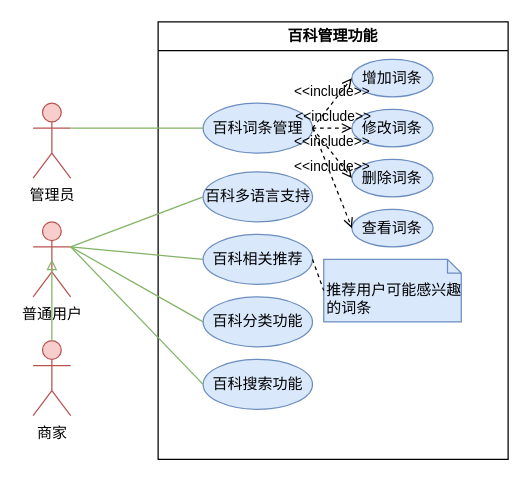
Running-Turtle1/Graph keeps this draw.io diagram as 海洋生物百科/用例图/百科管理功能.drawio. Above is the earlier version. Source tidied: cells renumbered, new cells numbered last; positions are measured from the earlier drawing's top-left corner, leaving out a move shared by most shapes. Both pictures are drawn from the tidied source at 125%, with x=0, y=0 at pixel (32, 21).
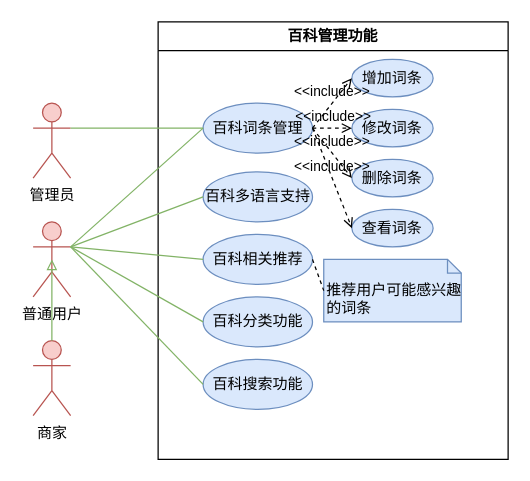
The same diagram, later.

Commit message (it also covers changes not shown here):
更新百科管理功能.drawio

The change refers to these unchanged cells:
```xml
<mxCell id="3" value="百科词条管理" style="ellipse;whiteSpace=wrap;html=1;fillColor=#dae8fc;strokeColor=#6c8ebf;" parent="2" vertex="1">
  <mxGeometry x="36" y="65" width="87.5" height="40" as="geometry" />
</mxCell>
<mxCell id="18" value="普通用户" style="shape=umlActor;verticalLabelPosition=bottom;verticalAlign=top;html=1;fillColor=#f8cecc;strokeColor=#b85450;" parent="1" vertex="1">
  <mxGeometry y="160" width="30" height="60" as="geometry" />
</mxCell>
```

The edit, as a diff of the source:
```diff
@@
+    <mxCell id="27" style="endArrow=none;html=1;rounded=0;fillColor=#d5e8d4;strokeColor=#82b366;entryX=1;entryY=0.3333333333333333;entryDx=0;entryDy=0;entryPerimeter=0;exitX=0;exitY=0.5;exitDx=0;exitDy=0;" parent="1" edge="1" source="3" target="18">
+      <mxGeometry relative="1" as="geometry" />
+    </mxCell>
```
